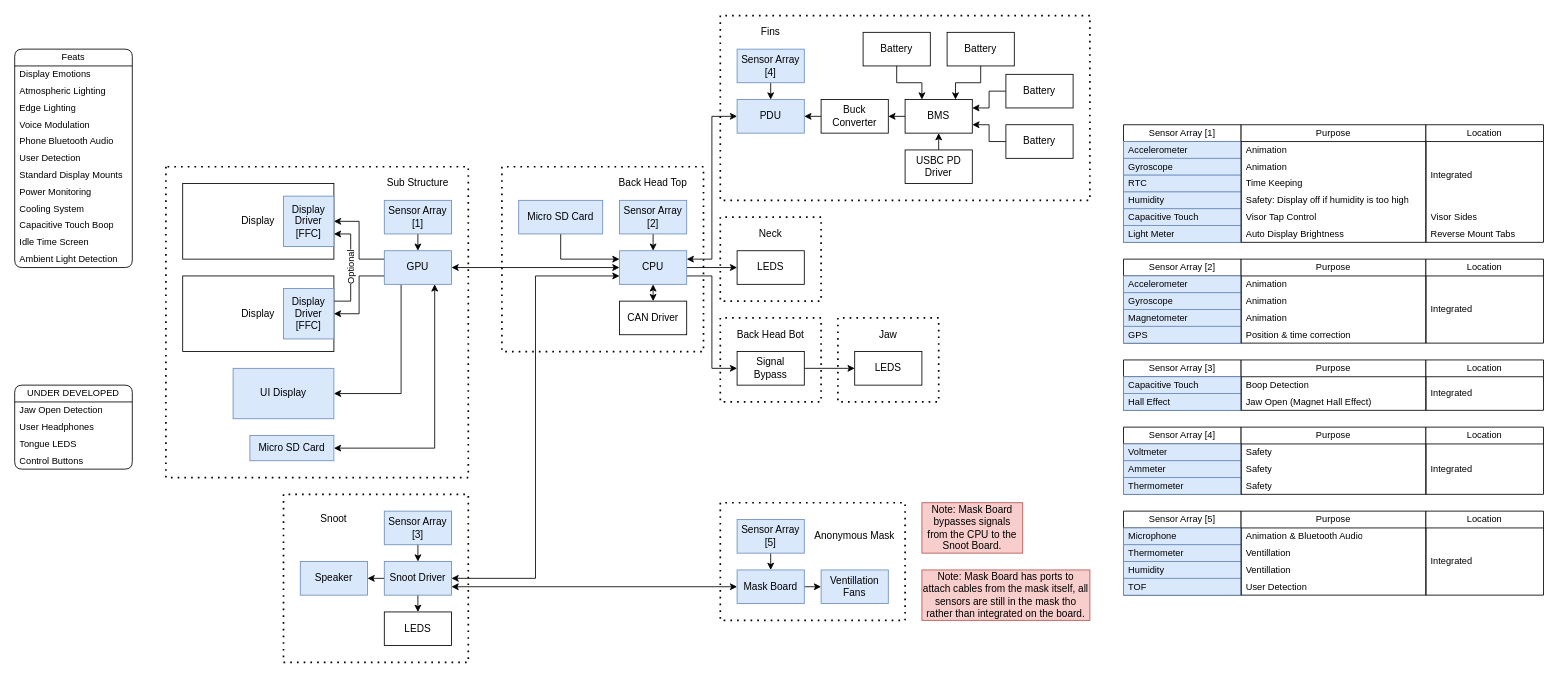
Above: page "Overview" (1 of 3) of Documents/Electronics.drawio in XCR1793/Synth-Head (draw.io), before the change. Source tidied: cells renumbered, new cells numbered last; positions are measured from the earlier drawing's top-left corner, leaving out a move shared by most shapes. Both pictures are drawn from the tidied source at 84%, with x=0, y=0 at pixel (14, 15).
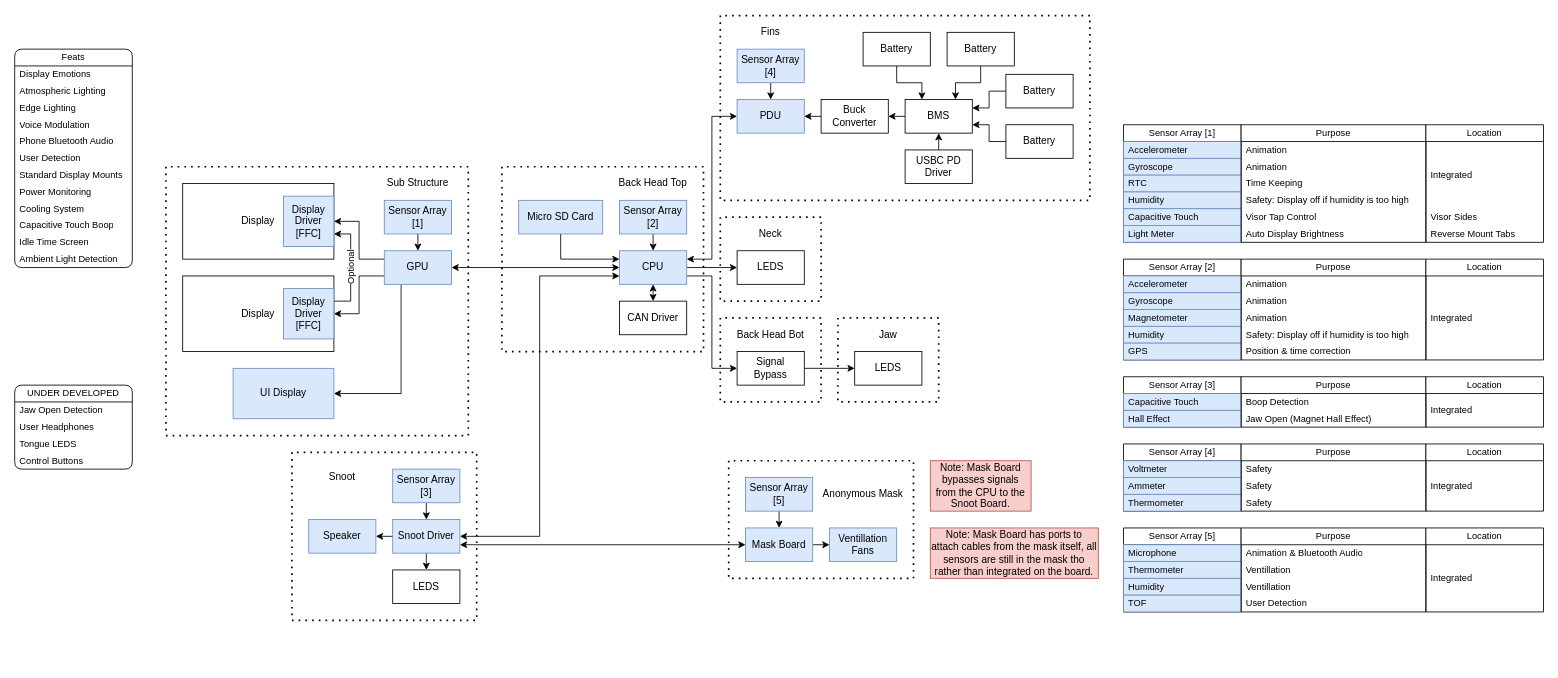
The same page after the edit.

The change refers to these unchanged cells:
```xml
<mxCell id="23" value="GPU" style="rounded=0;whiteSpace=wrap;html=1;fillColor=#dae8fc;strokeColor=#6c8ebf;" parent="1" vertex="1">
  <mxGeometry x="440" y="280" width="80" height="40" as="geometry" />
</mxCell>
```

Diff of the diagram source:
```diff
@@
     <mxCell id="24" style="endArrow=none;dashed=1;html=1;dashPattern=1 3;strokeWidth=2;rounded=0;" parent="1" edge="1">
       <mxGeometry relative="1" as="geometry">
         <mxPoint x="180" y="180" as="sourcePoint" />
         <mxPoint x="180" y="180" as="targetPoint" />
         <Array as="points">
-          <mxPoint x="180" y="550" />
-          <mxPoint x="540" y="550" />
+          <mxPoint x="180" y="500" />
+          <mxPoint x="540" y="500" />
           <mxPoint x="540" y="180" />
         </Array>
       </mxGeometry>
     </mxCell>
@@
     <mxCell id="39" value="Sensor Array&lt;div&gt;[3]&lt;/div&gt;" style="rounded=0;whiteSpace=wrap;html=1;fillColor=#dae8fc;strokeColor=#6c8ebf;" parent="1" vertex="1">
-      <mxGeometry x="440" y="590" width="80" height="40" as="geometry" />
+      <mxGeometry x="450" y="540" width="80" height="40" as="geometry" />
     </mxCell>
     <mxCell id="40" value="Snoot" style="text;html=1;align=center;verticalAlign=middle;whiteSpace=wrap;rounded=0;" parent="1" vertex="1">
-      <mxGeometry x="340" y="590" width="80" height="20" as="geometry" />
+      <mxGeometry x="350" y="540" width="80" height="20" as="geometry" />
     </mxCell>
     <mxCell id="41" style="endArrow=none;dashed=1;html=1;dashPattern=1 3;strokeWidth=2;rounded=0;" parent="1" edge="1">
       <mxGeometry relative="1" as="geometry">
-        <mxPoint x="320" y="570" as="sourcePoint" />
-        <mxPoint x="320" y="570" as="targetPoint" />
+        <mxPoint x="330" y="520" as="sourcePoint" />
+        <mxPoint x="330" y="520" as="targetPoint" />
         <Array as="points">
-          <mxPoint x="320" y="770" />
-          <mxPoint x="540" y="770" />
-          <mxPoint x="540" y="570" />
+          <mxPoint x="330" y="720" />
+          <mxPoint x="550" y="720" />
+          <mxPoint x="550" y="520" />
         </Array>
       </mxGeometry>
     </mxCell>
@@
     <mxCell id="45" value="Snoot Driver" style="rounded=0;whiteSpace=wrap;html=1;fillColor=#dae8fc;strokeColor=#6c8ebf;" parent="1" vertex="1">
-      <mxGeometry x="440" y="650" width="80" height="40" as="geometry" />
+      <mxGeometry x="450" y="600" width="80" height="40" as="geometry" />
     </mxCell>
     <mxCell id="46" value="LEDS" style="rounded=0;whiteSpace=wrap;html=1;" parent="1" vertex="1">
-      <mxGeometry x="440" y="710" width="80" height="40" as="geometry" />
+      <mxGeometry x="450" y="660" width="80" height="40" as="geometry" />
     </mxCell>
     <mxCell id="47" value="Speaker" style="rounded=0;whiteSpace=wrap;html=1;fillColor=#dae8fc;strokeColor=#6c8ebf;" parent="1" vertex="1">
-      <mxGeometry x="340" y="650" width="80" height="40" as="geometry" />
+      <mxGeometry x="350" y="600" width="80" height="40" as="geometry" />
     </mxCell>
@@
     <mxCell id="86" value="Mask Board" style="rounded=0;whiteSpace=wrap;html=1;fillColor=#dae8fc;strokeColor=#6c8ebf;" parent="1" vertex="1">
-      <mxGeometry x="860" y="660" width="80" height="40" as="geometry" />
+      <mxGeometry x="870" y="610" width="80" height="40" as="geometry" />
     </mxCell>
     <mxCell id="87" value="Anonymous Mask" style="text;html=1;align=center;verticalAlign=middle;whiteSpace=wrap;rounded=0;" parent="1" vertex="1">
-      <mxGeometry x="950" y="610" width="100" height="20" as="geometry" />
+      <mxGeometry x="960" y="560" width="100" height="20" as="geometry" />
     </mxCell>
     <mxCell id="88" value="Ventillation&lt;div&gt;Fans&lt;/div&gt;" style="rounded=0;whiteSpace=wrap;html=1;fillColor=#dae8fc;strokeColor=#6c8ebf;" parent="1" vertex="1">
-      <mxGeometry x="960" y="660" width="80" height="40" as="geometry" />
+      <mxGeometry x="970" y="610" width="80" height="40" as="geometry" />
     </mxCell>
@@
     <mxCell id="90" value="Sensor Array&lt;div&gt;[5]&lt;/div&gt;" style="rounded=0;whiteSpace=wrap;html=1;fillColor=#dae8fc;strokeColor=#6c8ebf;" parent="1" vertex="1">
-      <mxGeometry x="860" y="600" width="80" height="40" as="geometry" />
+      <mxGeometry x="870" y="550" width="80" height="40" as="geometry" />
     </mxCell>
     <mxCell id="91" style="endArrow=none;dashed=1;html=1;dashPattern=1 3;strokeWidth=2;rounded=0;" parent="1" edge="1">
       <mxGeometry relative="1" as="geometry">
-        <mxPoint x="840" y="580" as="sourcePoint" />
-        <mxPoint x="840" y="580" as="targetPoint" />
+        <mxPoint x="850" y="530" as="sourcePoint" />
+        <mxPoint x="850" y="530" as="targetPoint" />
         <Array as="points">
-          <mxPoint x="840" y="720" />
-          <mxPoint x="1060" y="720" />
-          <mxPoint x="1060" y="580" />
+          <mxPoint x="850" y="670" />
+          <mxPoint x="1070" y="670" />
+          <mxPoint x="1070" y="530" />
         </Array>
       </mxGeometry>
     </mxCell>
@@
     <mxCell id="106" value="Sensor Array [2]" style="swimlane;fontStyle=0;horizontal=1;startSize=20;whiteSpace=wrap;html=1;fontFamily=Helvetica;fontSize=11;fontColor=default;labelBackgroundColor=default;" parent="1" vertex="1">
-      <mxGeometry x="1320" y="290" width="140" height="100" as="geometry" />
+      <mxGeometry x="1320" y="290" width="140" height="120" as="geometry" />
     </mxCell>
@@
+    <mxCell id="158" value="Humidity" style="text;strokeColor=#6c8ebf;fillColor=#dae8fc;align=left;verticalAlign=middle;spacingLeft=4;spacingRight=4;overflow=hidden;whiteSpace=wrap;html=1;fontFamily=Helvetica;fontSize=11;labelBackgroundColor=none;" parent="106" vertex="1">
+      <mxGeometry y="80" width="140" height="20" as="geometry" />
+    </mxCell>
     <mxCell id="110" value="GPS" style="text;strokeColor=#6c8ebf;fillColor=#dae8fc;align=left;verticalAlign=middle;spacingLeft=4;spacingRight=4;overflow=hidden;whiteSpace=wrap;html=1;fontFamily=Helvetica;fontSize=11;labelBackgroundColor=none;" parent="106" vertex="1">
-      <mxGeometry y="80" width="140" height="20" as="geometry" />
+      <mxGeometry y="100" width="140" height="20" as="geometry" />
     </mxCell>
     <mxCell id="111" value="Purpose" style="swimlane;fontStyle=0;horizontal=1;startSize=20;whiteSpace=wrap;html=1;fontFamily=Helvetica;fontSize=11;fontColor=default;labelBackgroundColor=default;" parent="1" vertex="1">
-      <mxGeometry x="1460" y="290" width="220" height="100" as="geometry" />
+      <mxGeometry x="1460" y="290" width="220" height="120" as="geometry" />
     </mxCell>
@@
+    <mxCell id="159" value="Safety: Display off if humidity is too high" style="text;strokeColor=none;fillColor=none;align=left;verticalAlign=middle;spacingLeft=4;spacingRight=4;overflow=hidden;whiteSpace=wrap;html=1;fontFamily=Helvetica;fontSize=11;fontColor=default;labelBackgroundColor=default;" parent="111" vertex="1">
+      <mxGeometry y="80" width="220" height="20" as="geometry" />
+    </mxCell>
     <mxCell id="115" value="Position &amp;amp; time correction" style="text;strokeColor=none;fillColor=none;align=left;verticalAlign=middle;spacingLeft=4;spacingRight=4;overflow=hidden;whiteSpace=wrap;html=1;fontFamily=Helvetica;fontSize=11;fontColor=default;labelBackgroundColor=default;" parent="111" vertex="1">
-      <mxGeometry y="80" width="220" height="20" as="geometry" />
+      <mxGeometry y="100" width="220" height="20" as="geometry" />
     </mxCell>
     <mxCell id="116" value="Sensor Array [3]" style="swimlane;fontStyle=0;horizontal=1;startSize=20;whiteSpace=wrap;html=1;fontFamily=Helvetica;fontSize=11;fontColor=default;labelBackgroundColor=default;" parent="1" vertex="1">
-      <mxGeometry x="1320" y="410" width="140" height="60" as="geometry" />
+      <mxGeometry x="1320" y="430" width="140" height="60" as="geometry" />
     </mxCell>
@@
     <mxCell id="119" value="Purpose" style="swimlane;fontStyle=0;horizontal=1;startSize=20;whiteSpace=wrap;html=1;fontFamily=Helvetica;fontSize=11;fontColor=default;labelBackgroundColor=default;" parent="1" vertex="1">
-      <mxGeometry x="1460" y="410" width="220" height="60" as="geometry" />
+      <mxGeometry x="1460" y="430" width="220" height="60" as="geometry" />
     </mxCell>
@@
     <mxCell id="122" value="Sensor Array [4]" style="swimlane;fontStyle=0;horizontal=1;startSize=20;whiteSpace=wrap;html=1;fontFamily=Helvetica;fontSize=11;fontColor=default;labelBackgroundColor=default;" parent="1" vertex="1">
-      <mxGeometry x="1320" y="490" width="140" height="80" as="geometry" />
+      <mxGeometry x="1320" y="510" width="140" height="80" as="geometry" />
     </mxCell>
@@
     <mxCell id="126" value="Purpose" style="swimlane;fontStyle=0;horizontal=1;startSize=20;whiteSpace=wrap;html=1;fontFamily=Helvetica;fontSize=11;fontColor=default;labelBackgroundColor=default;" parent="1" vertex="1">
-      <mxGeometry x="1460" y="490" width="220" height="80" as="geometry" />
+      <mxGeometry x="1460" y="510" width="220" height="80" as="geometry" />
     </mxCell>
@@
     <mxCell id="130" value="Sensor Array [5]" style="swimlane;fontStyle=0;horizontal=1;startSize=20;whiteSpace=wrap;html=1;fontFamily=Helvetica;fontSize=11;fontColor=default;labelBackgroundColor=default;" parent="1" vertex="1">
-      <mxGeometry x="1320" y="590" width="140" height="100" as="geometry" />
+      <mxGeometry x="1320" y="610" width="140" height="100" as="geometry" />
     </mxCell>
@@
     <mxCell id="135" value="Purpose" style="swimlane;fontStyle=0;horizontal=1;startSize=20;whiteSpace=wrap;html=1;fontFamily=Helvetica;fontSize=11;fontColor=default;labelBackgroundColor=default;" parent="1" vertex="1">
-      <mxGeometry x="1460" y="590" width="220" height="100" as="geometry" />
+      <mxGeometry x="1460" y="610" width="220" height="100" as="geometry" />
     </mxCell>
@@
     <mxCell id="144" value="Location" style="swimlane;fontStyle=0;horizontal=1;startSize=20;whiteSpace=wrap;html=1;fontFamily=Helvetica;fontSize=11;fontColor=default;labelBackgroundColor=default;" parent="1" vertex="1">
-      <mxGeometry x="1680" y="290" width="140" height="100" as="geometry" />
+      <mxGeometry x="1680" y="290" width="140" height="120" as="geometry" />
     </mxCell>
     <mxCell id="145" value="Integrated" style="text;align=left;verticalAlign=middle;spacingLeft=4;spacingRight=4;overflow=hidden;whiteSpace=wrap;html=1;fontFamily=Helvetica;fontSize=11;labelBackgroundColor=default;" parent="144" vertex="1">
-      <mxGeometry y="20" width="140" height="80" as="geometry" />
+      <mxGeometry y="20" width="140" height="100" as="geometry" />
     </mxCell>
     <mxCell id="146" value="Location" style="swimlane;fontStyle=0;horizontal=1;startSize=20;whiteSpace=wrap;html=1;fontFamily=Helvetica;fontSize=11;fontColor=default;labelBackgroundColor=default;" parent="1" vertex="1">
-      <mxGeometry x="1680" y="410" width="140" height="60" as="geometry" />
+      <mxGeometry x="1680" y="430" width="140" height="60" as="geometry" />
     </mxCell>
@@
     <mxCell id="148" value="Location" style="swimlane;fontStyle=0;horizontal=1;startSize=20;whiteSpace=wrap;html=1;fontFamily=Helvetica;fontSize=11;fontColor=default;labelBackgroundColor=default;" parent="1" vertex="1">
-      <mxGeometry x="1680" y="490" width="140" height="80" as="geometry" />
+      <mxGeometry x="1680" y="510" width="140" height="80" as="geometry" />
     </mxCell>
@@
     <mxCell id="150" value="Location" style="swimlane;fontStyle=0;horizontal=1;startSize=20;whiteSpace=wrap;html=1;fontFamily=Helvetica;fontSize=11;fontColor=default;labelBackgroundColor=default;" parent="1" vertex="1">
-      <mxGeometry x="1680" y="590" width="140" height="100" as="geometry" />
+      <mxGeometry x="1680" y="610" width="140" height="100" as="geometry" />
     </mxCell>
@@
     <mxCell id="152" value="Note: Mask Board bypasses signals from the CPU to the Snoot Board." style="rounded=0;whiteSpace=wrap;html=1;fillColor=#f8cecc;strokeColor=#b85450;" parent="1" vertex="1">
-      <mxGeometry x="1080" y="580" width="120" height="60" as="geometry" />
+      <mxGeometry x="1090" y="530" width="120" height="60" as="geometry" />
     </mxCell>
     <mxCell id="153" value="Note: Mask Board has ports to attach cables from the mask itself, all sensors are still in the mask tho rather than integrated on the board." style="rounded=0;whiteSpace=wrap;html=1;fillColor=#f8cecc;strokeColor=#b85450;" parent="1" vertex="1">
-      <mxGeometry x="1080" y="660" width="200" height="60" as="geometry" />
+      <mxGeometry x="1090" y="610" width="200" height="60" as="geometry" />
     </mxCell>
-    <mxCell id="154" style="edgeStyle=orthogonalEdgeStyle;rounded=0;jettySize=auto;html=1;exitX=1;exitY=0.5;exitDx=0;exitDy=0;entryX=0.75;entryY=1;entryDx=0;entryDy=0;startArrow=classic;startFill=1;" parent="1" edge="1" source="155" target="23">
-      <mxGeometry relative="1" as="geometry" />
-    </mxCell>
-    <mxCell id="155" value="Micro SD Card" style="rounded=0;whiteSpace=wrap;html=1;fillColor=#dae8fc;strokeColor=#6c8ebf;" parent="1" vertex="1">
-      <mxGeometry x="280" y="500" width="100" height="30" as="geometry" />
-    </mxCell>
```
